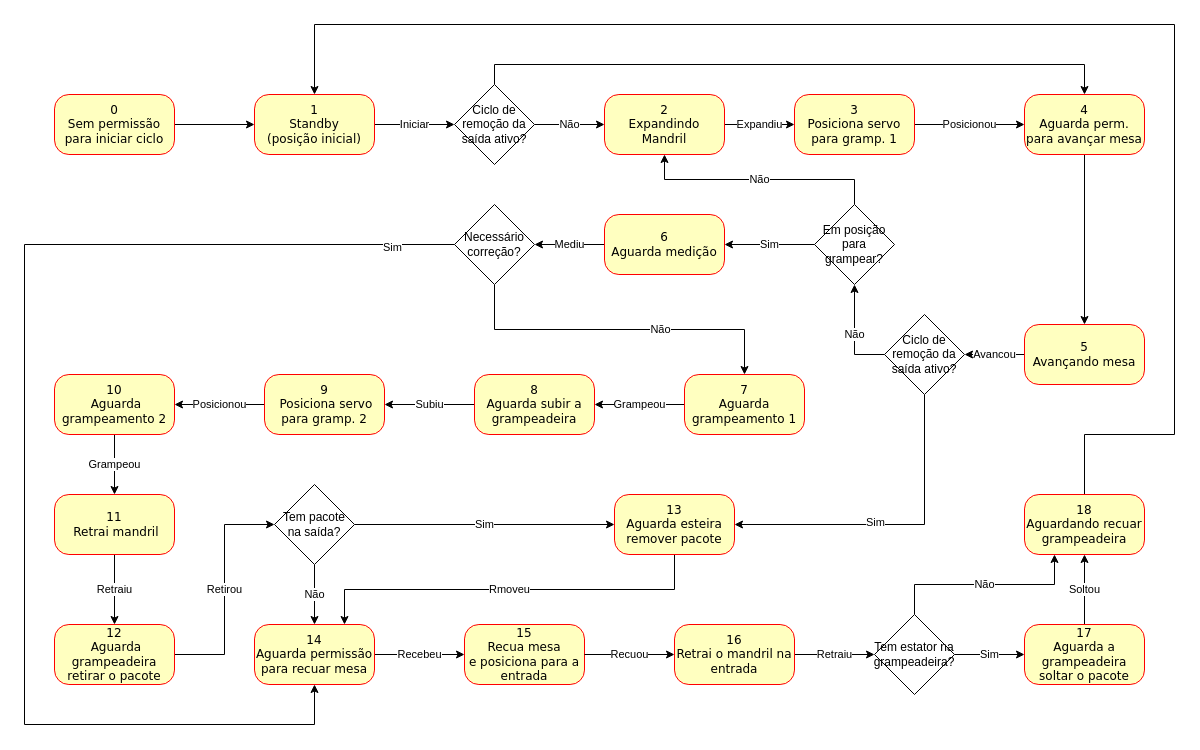
JonanMuller/WEGDiagrams keeps this draw.io diagram as page "MesaV2" (4 of 4) of M05765N01_GrampeadeiraG33.drawio. Above is the earlier version. Source tidied: cells renumbered, new cells numbered last; positions are measured from the earlier drawing's top-left corner, leaving out a move shared by most shapes. Both pictures are drawn from the tidied source at 100%, with x=0, y=0 at pixel (24, 24).
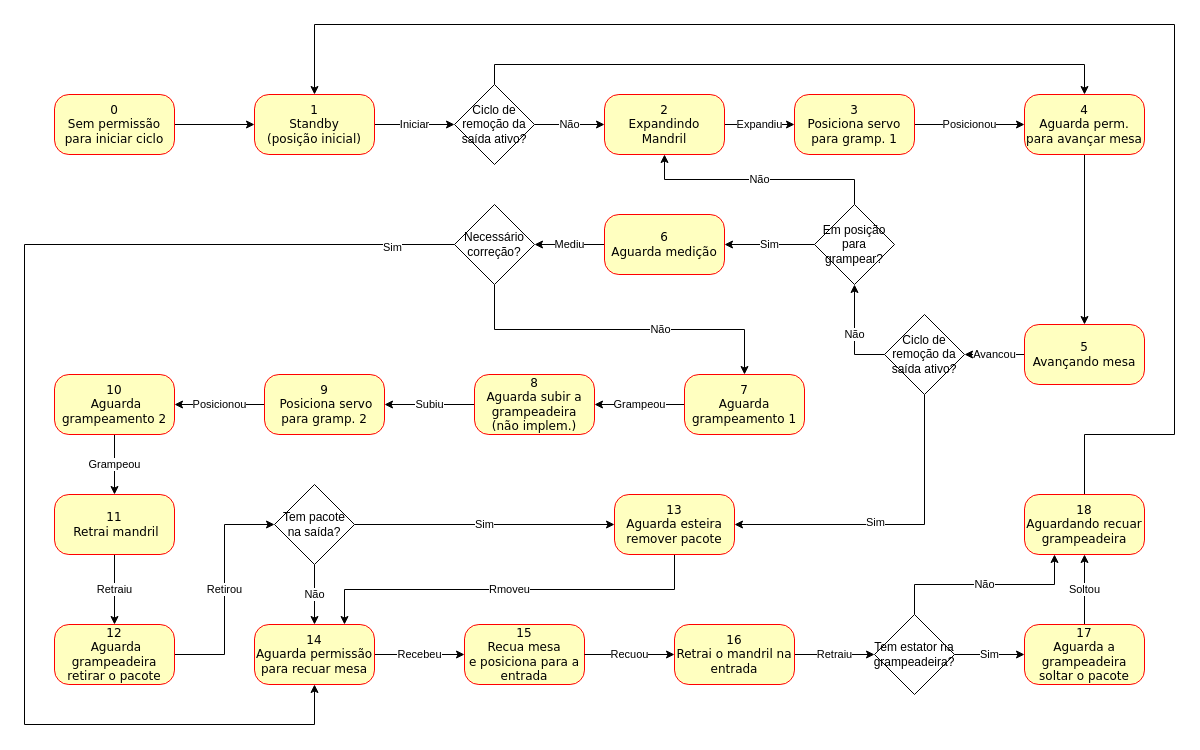
The same diagram, later.

What changed in the source:
```diff
@@
-    <mxCell id="26" value="8&lt;br style=&quot;border-color: var(--border-color);&quot;&gt;Aguarda subir a grampeadeira" style="rounded=1;whiteSpace=wrap;html=1;arcSize=24;fillColor=#ffffc0;strokeColor=#ff0000;shadow=0;comic=0;labelBackgroundColor=none;fontFamily=Verdana;fontSize=12;fontColor=#000000;align=center;" parent="1" vertex="1">
+    <mxCell id="26" value="8&lt;br style=&quot;border-color: var(--border-color);&quot;&gt;Aguarda subir a grampeadeira&lt;br&gt;(não implem.)" style="rounded=1;whiteSpace=wrap;html=1;arcSize=24;fillColor=#ffffc0;strokeColor=#ff0000;shadow=0;comic=0;labelBackgroundColor=none;fontFamily=Verdana;fontSize=12;fontColor=#000000;align=center;" parent="1" vertex="1">
       <mxGeometry x="450" y="350" width="120" height="60" as="geometry" />
     </mxCell>
```
